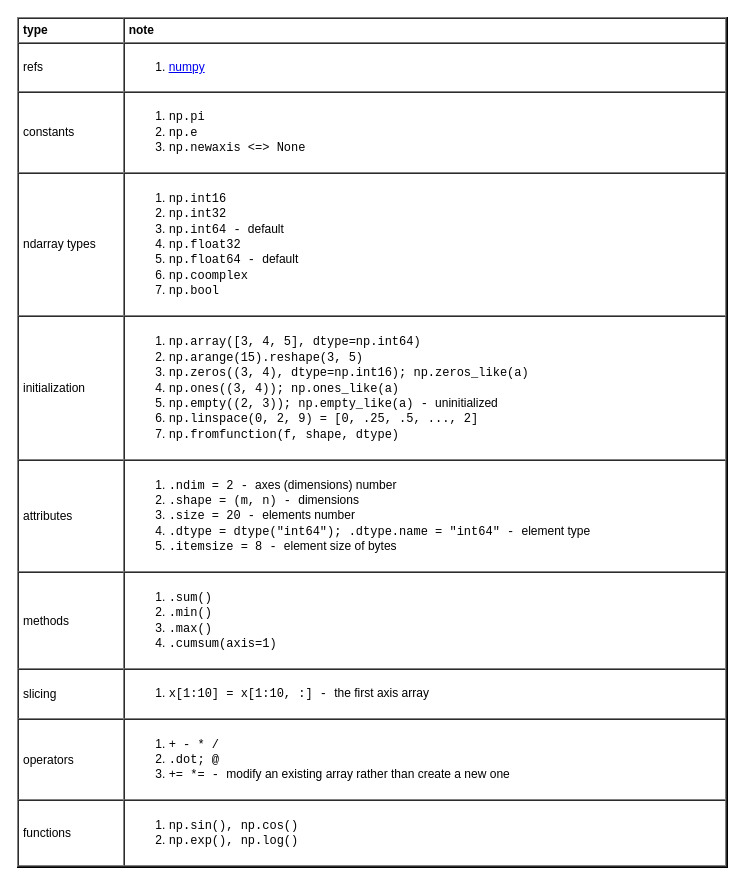
Before: page "numpy" (3 of 4) of ml/ml.drawio in yangdj/tf_docs, a draw.io diagram. Source tidied: cells renumbered, new cells numbered last; positions are measured from the earlier drawing's top-left corner, leaving out a move shared by most shapes. Both pictures are drawn from the tidied source at 100%, with x=0, y=0 at pixel (17, 17).
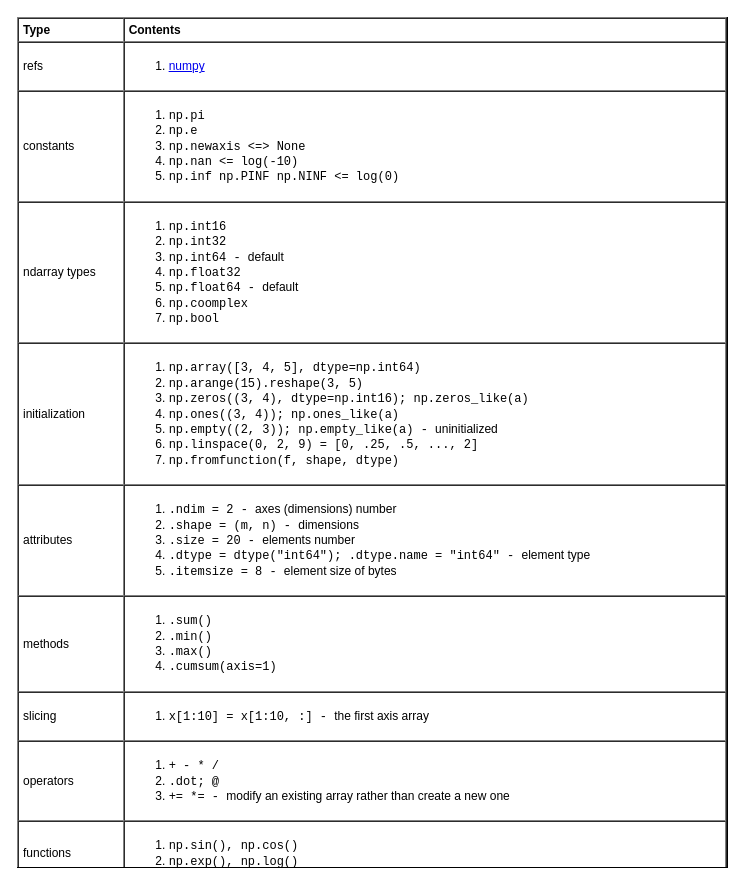
Above is the later version.

The edit, as a diff of the source:
```diff
@@
 <mxGraphModel>
   <root>
     <mxCell id="0" />
     <mxCell id="1" parent="0" />
-    <mxCell id="2" value="&lt;table cellpadding=&quot;4&quot; cellspacing=&quot;0&quot; border=&quot;1&quot; style=&quot;font-size: 1em ; width: 100% ; height: 100%&quot;&gt;&lt;tbody&gt;&lt;tr&gt;&lt;th&gt;type&lt;/th&gt;&lt;th&gt;note&lt;/th&gt;&lt;/tr&gt;&lt;tr&gt;&lt;td&gt;refs&lt;/td&gt;&lt;td&gt;&lt;ol&gt;&lt;li&gt;&lt;a href=&quot;https://numpy.org/devdocs/reference/index.html#reference&quot;&gt;numpy&lt;/a&gt;&lt;/li&gt;&lt;/ol&gt;&lt;/td&gt;&lt;/tr&gt;&lt;tr&gt;&lt;td&gt;&lt;span style=&quot;text-align: center&quot;&gt;constants&lt;/span&gt;&lt;br&gt;&lt;/td&gt;&lt;td&gt;&lt;ol&gt;&lt;li&gt;&lt;font face=&quot;Courier New&quot;&gt;np.pi&lt;/font&gt;&lt;/li&gt;&lt;li&gt;&lt;font face=&quot;Courier New&quot;&gt;np.e&lt;/font&gt;&lt;/li&gt;&lt;li&gt;&lt;font face=&quot;Courier New&quot;&gt;np.newaxis &amp;lt;=&amp;gt; None&lt;/font&gt;&lt;/li&gt;&lt;/ol&gt;&lt;/td&gt;&lt;/tr&gt;&lt;tr&gt;&lt;td&gt;&lt;span style=&quot;text-align: center&quot;&gt;ndarray types&lt;/span&gt;&lt;/td&gt;&lt;td&gt;&lt;ol&gt;&lt;li&gt;&lt;font face=&quot;Courier New&quot;&gt;np.int16&lt;/font&gt;&lt;/li&gt;&lt;li&gt;&lt;font face=&quot;Courier New&quot;&gt;np.int32&lt;/font&gt;&lt;/li&gt;&lt;li&gt;&lt;font face=&quot;Courier New&quot;&gt;np.int64 -&amp;nbsp;&lt;/font&gt;default&lt;/li&gt;&lt;li&gt;&lt;font face=&quot;Courier New&quot;&gt;np.float32&lt;/font&gt;&lt;/li&gt;&lt;li&gt;&lt;font face=&quot;Courier New&quot;&gt;np.float64 -&amp;nbsp;&lt;/font&gt;default&lt;/li&gt;&lt;li&gt;&lt;font face=&quot;Courier New&quot;&gt;np.coomplex&lt;/font&gt;&lt;/li&gt;&lt;li&gt;&lt;font face=&quot;Courier New&quot;&gt;np.bool&lt;/font&gt;&lt;/li&gt;&lt;/ol&gt;&lt;/td&gt;&lt;/tr&gt;&lt;tr&gt;&lt;td&gt;&lt;span style=&quot;text-align: center&quot;&gt;initialization&lt;/span&gt;&lt;/td&gt;&lt;td&gt;&lt;ol&gt;&lt;li&gt;&lt;font face=&quot;Courier New&quot;&gt;np.array([3, 4, 5], dtype=np.int64)&lt;/font&gt;&lt;/li&gt;&lt;li&gt;&lt;font face=&quot;Courier New&quot;&gt;np.arange(15).reshape(3, 5)&lt;/font&gt;&lt;/li&gt;&lt;li&gt;&lt;font face=&quot;Courier New&quot;&gt;np.zeros((3, 4), dtype=np.int16); np.zeros_like(a)&lt;/font&gt;&lt;/li&gt;&lt;li&gt;&lt;font face=&quot;Courier New&quot;&gt;np.ones((3, 4)); np.ones_like(a)&lt;/font&gt;&lt;/li&gt;&lt;li&gt;&lt;font face=&quot;Courier New&quot;&gt;np.empty((2, 3)); np.empty_like(a)&amp;nbsp;-&amp;nbsp;&lt;/font&gt;uninitialized&lt;/li&gt;&lt;li&gt;&lt;font face=&quot;Courier New&quot;&gt;np.linspace(0, 2, 9) = [0, .25, .5, ..., 2]&lt;/font&gt;&lt;/li&gt;&lt;li&gt;&lt;font face=&quot;Courier New&quot;&gt;np.fromfunction(f, shape, dtype)&lt;/font&gt;&lt;/li&gt;&lt;/ol&gt;&lt;/td&gt;&lt;/tr&gt;&lt;tr&gt;&lt;td&gt;&lt;span style=&quot;text-align: center&quot;&gt;attributes&lt;/span&gt;&lt;br&gt;&lt;/td&gt;&lt;td&gt;&lt;ol&gt;&lt;li&gt;&lt;font face=&quot;Courier New&quot;&gt;.ndim = 2&amp;nbsp;-&amp;nbsp;&lt;/font&gt;axes (dimensions) number&lt;/li&gt;&lt;li&gt;&lt;font face=&quot;Courier New&quot;&gt;.shape = (m, n)&amp;nbsp;-&amp;nbsp;&lt;/font&gt;dimensions&lt;/li&gt;&lt;li&gt;&lt;font face=&quot;Courier New&quot;&gt;.size = 20&amp;nbsp;-&amp;nbsp;&lt;/font&gt;elements number&lt;/li&gt;&lt;li&gt;&lt;font face=&quot;Courier New&quot;&gt;.dtype = dtype(&quot;int64&quot;); .dtype.name = &quot;int64&quot;&amp;nbsp;-&amp;nbsp;&lt;/font&gt;element type&lt;/li&gt;&lt;li&gt;&lt;font face=&quot;Courier New&quot;&gt;.itemsize = 8&amp;nbsp;-&amp;nbsp;&lt;/font&gt;element size of bytes&lt;/li&gt;&lt;/ol&gt;&lt;/td&gt;&lt;/tr&gt;&lt;tr&gt;&lt;td&gt;&lt;span style=&quot;text-align: center&quot;&gt;methods&lt;/span&gt;&lt;br&gt;&lt;/td&gt;&lt;td&gt;&lt;ol&gt;&lt;li&gt;&lt;font face=&quot;Courier New&quot;&gt;.sum()&lt;/font&gt;&lt;/li&gt;&lt;li&gt;&lt;font face=&quot;Courier New&quot;&gt;.min()&lt;/font&gt;&lt;/li&gt;&lt;li&gt;&lt;font face=&quot;Courier New&quot;&gt;.max()&lt;/font&gt;&lt;/li&gt;&lt;li&gt;&lt;font face=&quot;Courier New&quot;&gt;.cumsum(axis=1)&lt;/font&gt;&lt;/li&gt;&lt;/ol&gt;&lt;/td&gt;&lt;/tr&gt;&lt;tr&gt;&lt;td&gt;&lt;span style=&quot;text-align: center&quot;&gt;slicing&lt;/span&gt;&lt;br&gt;&lt;/td&gt;&lt;td&gt;&lt;ol&gt;&lt;li&gt;&lt;font face=&quot;Courier New&quot;&gt;x[1:10] = x[1:10, :] - &lt;/font&gt;the first axis array&lt;/li&gt;&lt;/ol&gt;&lt;/td&gt;&lt;/tr&gt;&lt;tr&gt;&lt;td&gt;&lt;span style=&quot;text-align: center&quot;&gt;operators&lt;/span&gt;&lt;br&gt;&lt;/td&gt;&lt;td&gt;&lt;ol&gt;&lt;li&gt;&lt;font face=&quot;Courier New&quot;&gt;+ - * /&lt;/font&gt;&lt;/li&gt;&lt;li&gt;&lt;font face=&quot;Courier New&quot;&gt;.dot; @&lt;/font&gt;&lt;/li&gt;&lt;li&gt;&lt;font face=&quot;Courier New&quot;&gt;+= *=&lt;font style=&quot;font-size: 1em&quot;&gt;&amp;nbsp;- &lt;/font&gt;&lt;/font&gt;&lt;font face=&quot;Helvetica&quot; style=&quot;font-size: 1em&quot;&gt;modify an existing array rather than create a new one&lt;/font&gt;&lt;/li&gt;&lt;/ol&gt;&lt;/td&gt;&lt;/tr&gt;&lt;tr&gt;&lt;td&gt;&lt;span style=&quot;text-align: center&quot;&gt;functions&lt;/span&gt;&lt;br&gt;&lt;/td&gt;&lt;td&gt;&lt;ol&gt;&lt;li&gt;&lt;font face=&quot;Courier New&quot;&gt;np.sin(), np.cos()&lt;/font&gt;&lt;/li&gt;&lt;li&gt;&lt;font face=&quot;Courier New&quot;&gt;np.exp(), np.log()&lt;/font&gt;&lt;/li&gt;&lt;/ol&gt;&lt;/td&gt;&lt;/tr&gt;&lt;/tbody&gt;&lt;/table&gt; " style="verticalAlign=top;align=left;overflow=fill;fontSize=12;fontFamily=Helvetica;html=1;" parent="1" vertex="1">
+    <mxCell id="2" value="&lt;table cellpadding=&quot;4&quot; cellspacing=&quot;0&quot; border=&quot;1&quot; style=&quot;font-size: 1em ; width: 100% ; height: 100%&quot;&gt;&lt;tbody&gt;&lt;tr&gt;&lt;th&gt;Type&lt;/th&gt;&lt;th&gt;Contents&lt;/th&gt;&lt;/tr&gt;&lt;tr&gt;&lt;td&gt;refs&lt;/td&gt;&lt;td&gt;&lt;ol&gt;&lt;li&gt;&lt;a href=&quot;https://numpy.org/devdocs/reference/index.html#reference&quot;&gt;numpy&lt;/a&gt;&lt;/li&gt;&lt;/ol&gt;&lt;/td&gt;&lt;/tr&gt;&lt;tr&gt;&lt;td&gt;&lt;span style=&quot;text-align: center&quot;&gt;constants&lt;/span&gt;&lt;br&gt;&lt;/td&gt;&lt;td&gt;&lt;ol&gt;&lt;li&gt;&lt;font face=&quot;Courier New&quot;&gt;np.pi&lt;/font&gt;&lt;/li&gt;&lt;li&gt;&lt;font face=&quot;Courier New&quot;&gt;np.e&lt;/font&gt;&lt;/li&gt;&lt;li&gt;&lt;font face=&quot;Courier New&quot;&gt;np.newaxis &amp;lt;=&amp;gt; None&lt;/font&gt;&lt;/li&gt;&lt;li&gt;&lt;font face=&quot;Courier New&quot;&gt;np.nan &amp;lt;= log(-10)&lt;/font&gt;&lt;/li&gt;&lt;li&gt;&lt;font face=&quot;Courier New&quot;&gt;np.inf&amp;nbsp;np.PINF&amp;nbsp;&lt;/font&gt;&lt;font face=&quot;Courier New&quot; style=&quot;font-size: 1em&quot;&gt;np.NINF &amp;lt;= log(0)&lt;/font&gt;&lt;/li&gt;&lt;/ol&gt;&lt;/td&gt;&lt;/tr&gt;&lt;tr&gt;&lt;td&gt;&lt;span style=&quot;text-align: center&quot;&gt;ndarray types&lt;/span&gt;&lt;/td&gt;&lt;td&gt;&lt;ol&gt;&lt;li&gt;&lt;font face=&quot;Courier New&quot;&gt;np.int16&lt;/font&gt;&lt;/li&gt;&lt;li&gt;&lt;font face=&quot;Courier New&quot;&gt;np.int32&lt;/font&gt;&lt;/li&gt;&lt;li&gt;&lt;font face=&quot;Courier New&quot;&gt;np.int64 -&amp;nbsp;&lt;/font&gt;default&lt;/li&gt;&lt;li&gt;&lt;font face=&quot;Courier New&quot;&gt;np.float32&lt;/font&gt;&lt;/li&gt;&lt;li&gt;&lt;font face=&quot;Courier New&quot;&gt;np.float64 -&amp;nbsp;&lt;/font&gt;default&lt;/li&gt;&lt;li&gt;&lt;font face=&quot;Courier New&quot;&gt;np.coomplex&lt;/font&gt;&lt;/li&gt;&lt;li&gt;&lt;font face=&quot;Courier New&quot;&gt;np.bool&lt;/font&gt;&lt;/li&gt;&lt;/ol&gt;&lt;/td&gt;&lt;/tr&gt;&lt;tr&gt;&lt;td&gt;&lt;span style=&quot;text-align: center&quot;&gt;initialization&lt;/span&gt;&lt;/td&gt;&lt;td&gt;&lt;ol&gt;&lt;li&gt;&lt;font face=&quot;Courier New&quot;&gt;np.array([3, 4, 5], dtype=np.int64)&lt;/font&gt;&lt;/li&gt;&lt;li&gt;&lt;font face=&quot;Courier New&quot;&gt;np.arange(15).reshape(3, 5)&lt;/font&gt;&lt;/li&gt;&lt;li&gt;&lt;font face=&quot;Courier New&quot;&gt;np.zeros((3, 4), dtype=np.int16); np.zeros_like(a)&lt;/font&gt;&lt;/li&gt;&lt;li&gt;&lt;font face=&quot;Courier New&quot;&gt;np.ones((3, 4)); np.ones_like(a)&lt;/font&gt;&lt;/li&gt;&lt;li&gt;&lt;font face=&quot;Courier New&quot;&gt;np.empty((2, 3)); np.empty_like(a)&amp;nbsp;-&amp;nbsp;&lt;/font&gt;uninitialized&lt;/li&gt;&lt;li&gt;&lt;font face=&quot;Courier New&quot;&gt;np.linspace(0, 2, 9) = [0, .25, .5, ..., 2]&lt;/font&gt;&lt;/li&gt;&lt;li&gt;&lt;font face=&quot;Courier New&quot;&gt;np.fromfunction(f, shape, dtype)&lt;/font&gt;&lt;/li&gt;&lt;/ol&gt;&lt;/td&gt;&lt;/tr&gt;&lt;tr&gt;&lt;td&gt;&lt;span style=&quot;text-align: center&quot;&gt;attributes&lt;/span&gt;&lt;br&gt;&lt;/td&gt;&lt;td&gt;&lt;ol&gt;&lt;li&gt;&lt;font face=&quot;Courier New&quot;&gt;.ndim = 2&amp;nbsp;-&amp;nbsp;&lt;/font&gt;axes (dimensions) number&lt;/li&gt;&lt;li&gt;&lt;font face=&quot;Courier New&quot;&gt;.shape = (m, n)&amp;nbsp;-&amp;nbsp;&lt;/font&gt;dimensions&lt;/li&gt;&lt;li&gt;&lt;font face=&quot;Courier New&quot;&gt;.size = 20&amp;nbsp;-&amp;nbsp;&lt;/font&gt;elements number&lt;/li&gt;&lt;li&gt;&lt;font face=&quot;Courier New&quot;&gt;.dtype = dtype(&quot;int64&quot;); .dtype.name = &quot;int64&quot;&amp;nbsp;-&amp;nbsp;&lt;/font&gt;element type&lt;/li&gt;&lt;li&gt;&lt;font face=&quot;Courier New&quot;&gt;.itemsize = 8&amp;nbsp;-&amp;nbsp;&lt;/font&gt;element size of bytes&lt;/li&gt;&lt;/ol&gt;&lt;/td&gt;&lt;/tr&gt;&lt;tr&gt;&lt;td&gt;&lt;span style=&quot;text-align: center&quot;&gt;methods&lt;/span&gt;&lt;br&gt;&lt;/td&gt;&lt;td&gt;&lt;ol&gt;&lt;li&gt;&lt;font face=&quot;Courier New&quot;&gt;.sum()&lt;/font&gt;&lt;/li&gt;&lt;li&gt;&lt;font face=&quot;Courier New&quot;&gt;.min()&lt;/font&gt;&lt;/li&gt;&lt;li&gt;&lt;font face=&quot;Courier New&quot;&gt;.max()&lt;/font&gt;&lt;/li&gt;&lt;li&gt;&lt;font face=&quot;Courier New&quot;&gt;.cumsum(axis=1)&lt;/font&gt;&lt;/li&gt;&lt;/ol&gt;&lt;/td&gt;&lt;/tr&gt;&lt;tr&gt;&lt;td&gt;&lt;span style=&quot;text-align: center&quot;&gt;slicing&lt;/span&gt;&lt;br&gt;&lt;/td&gt;&lt;td&gt;&lt;ol&gt;&lt;li&gt;&lt;font face=&quot;Courier New&quot;&gt;x[1:10] = x[1:10, :] - &lt;/font&gt;the first axis array&lt;/li&gt;&lt;/ol&gt;&lt;/td&gt;&lt;/tr&gt;&lt;tr&gt;&lt;td&gt;&lt;span style=&quot;text-align: center&quot;&gt;operators&lt;/span&gt;&lt;br&gt;&lt;/td&gt;&lt;td&gt;&lt;ol&gt;&lt;li&gt;&lt;font face=&quot;Courier New&quot;&gt;+ - * /&lt;/font&gt;&lt;/li&gt;&lt;li&gt;&lt;font face=&quot;Courier New&quot;&gt;.dot; @&lt;/font&gt;&lt;/li&gt;&lt;li&gt;&lt;font face=&quot;Courier New&quot;&gt;+= *=&lt;font style=&quot;font-size: 1em&quot;&gt;&amp;nbsp;- &lt;/font&gt;&lt;/font&gt;&lt;font face=&quot;Helvetica&quot; style=&quot;font-size: 1em&quot;&gt;modify an existing array rather than create a new one&lt;/font&gt;&lt;/li&gt;&lt;/ol&gt;&lt;/td&gt;&lt;/tr&gt;&lt;tr&gt;&lt;td&gt;&lt;span style=&quot;text-align: center&quot;&gt;functions&lt;/span&gt;&lt;br&gt;&lt;/td&gt;&lt;td&gt;&lt;ol&gt;&lt;li&gt;&lt;font face=&quot;Courier New&quot;&gt;np.sin(), np.cos()&lt;/font&gt;&lt;/li&gt;&lt;li&gt;&lt;font face=&quot;Courier New&quot;&gt;np.exp(), np.log()&lt;/font&gt;&lt;/li&gt;&lt;/ol&gt;&lt;/td&gt;&lt;/tr&gt;&lt;/tbody&gt;&lt;/table&gt; " style="verticalAlign=top;align=left;overflow=fill;fontSize=12;fontFamily=Helvetica;html=1;" parent="1" vertex="1">
       <mxGeometry width="710" height="850" as="geometry" />
     </mxCell>
   </root>
 </mxGraphModel>
```
